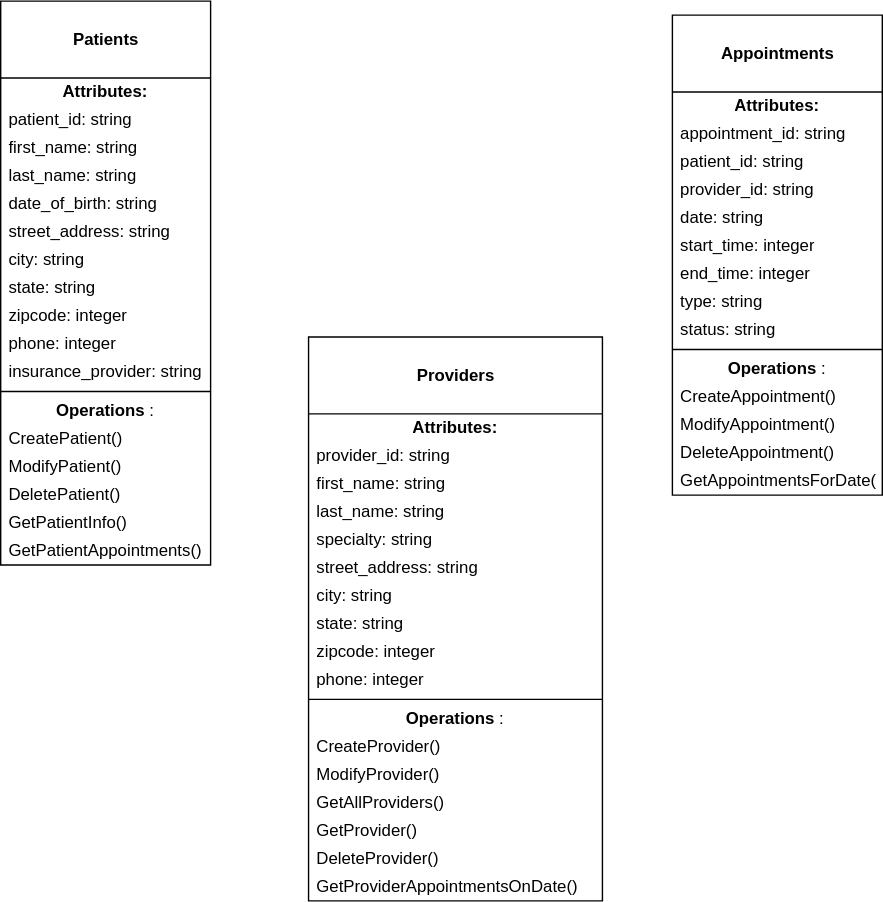
AlexandraAshcraft/axle-interview keeps this draw.io diagram as src/server/models/domainModel.drawio.svg. Above is the earlier version. Source tidied: cells renumbered, new cells last; positions are measured from the earlier drawing's top-left corner, leaving out a move shared by most shapes.
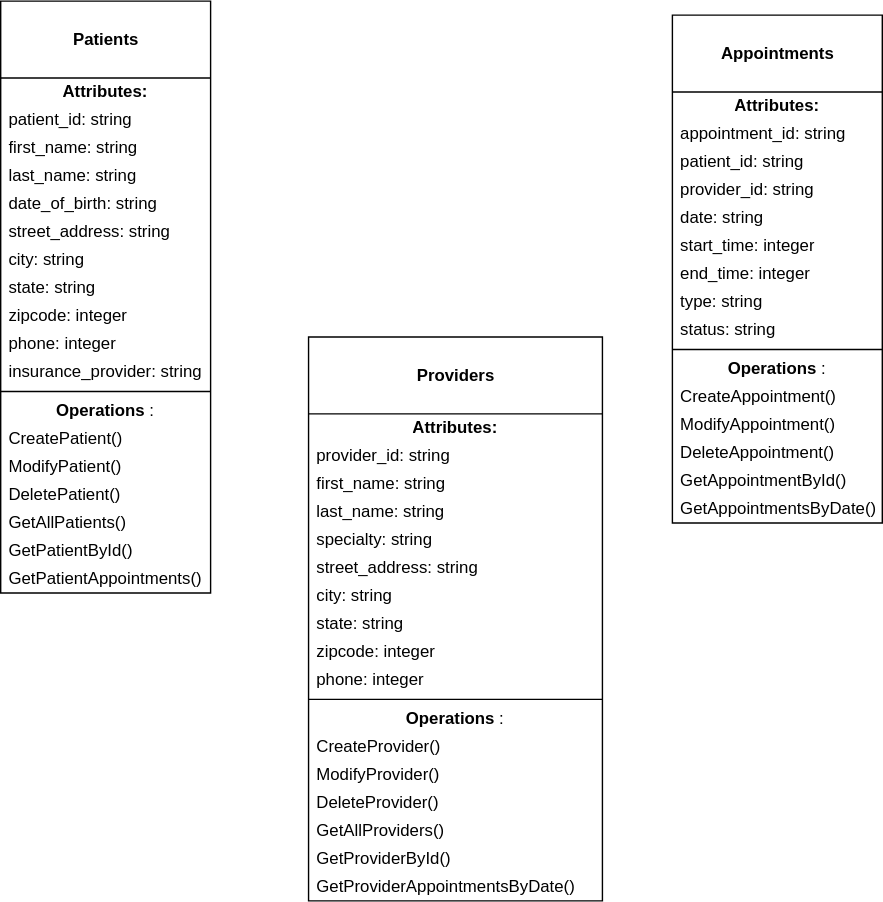
After the commit.

What changed in the source:
```diff
@@ -3,7 +3,7 @@
     <mxCell id="0" />
     <mxCell id="1" parent="0" />
     <mxCell id="2" value="&lt;br&gt;&lt;b&gt;Patients&lt;/b&gt;" style="swimlane;fontStyle=0;align=center;verticalAlign=top;horizontal=1;startSize=55;html=1;" parent="1" vertex="1">
-      <mxGeometry width="150" height="403" as="geometry" />
+      <mxGeometry width="150" height="423" as="geometry" />
     </mxCell>
     <mxCell id="3" value="&lt;b&gt;Attributes:&lt;/b&gt;" style="text;html=1;strokeColor=none;fillColor=none;align=center;verticalAlign=middle;spacingLeft=4;spacingRight=4;overflow=hidden;" parent="2" vertex="1">
       <mxGeometry y="55" width="150" height="20" as="geometry" />
@@ -53,11 +53,14 @@
     <mxCell id="18" value="DeletePatient()" style="text;html=1;strokeColor=none;fillColor=none;align=left;verticalAlign=middle;spacingLeft=4;spacingRight=4;overflow=hidden;" parent="2" vertex="1">
       <mxGeometry y="343" width="150" height="20" as="geometry" />
     </mxCell>
+    <mxCell id="56" value="GetAllPatients()" style="text;html=1;strokeColor=none;fillColor=none;align=left;verticalAlign=middle;spacingLeft=4;spacingRight=4;overflow=hidden;" parent="2" vertex="1">
+      <mxGeometry y="363" width="150" height="20" as="geometry" />
+    </mxCell>
-    <mxCell id="19" value="GetPatientInfo()" style="text;html=1;strokeColor=none;fillColor=none;align=left;verticalAlign=middle;spacingLeft=4;spacingRight=4;overflow=hidden;" parent="2" vertex="1">
-      <mxGeometry y="363" width="150" height="20" as="geometry" />
+    <mxCell id="19" value="GetPatientById()" style="text;html=1;strokeColor=none;fillColor=none;align=left;verticalAlign=middle;spacingLeft=4;spacingRight=4;overflow=hidden;" parent="2" vertex="1">
+      <mxGeometry y="383" width="150" height="20" as="geometry" />
     </mxCell>
     <mxCell id="20" value="GetPatientAppointments()" style="text;html=1;strokeColor=none;fillColor=none;align=left;verticalAlign=middle;spacingLeft=4;spacingRight=4;overflow=hidden;" parent="2" vertex="1">
-      <mxGeometry y="383" width="150" height="20" as="geometry" />
+      <mxGeometry y="403" width="150" height="20" as="geometry" />
     </mxCell>
     <mxCell id="21" value="&lt;br&gt;&lt;b&gt;Providers&lt;/b&gt;" style="swimlane;fontStyle=0;align=center;verticalAlign=top;horizontal=1;startSize=55;html=1;" parent="1" vertex="1">
       <mxGeometry x="220" y="240" width="210" height="403" as="geometry" />
@@ -104,20 +107,20 @@
     <mxCell id="35" value="ModifyProvider()" style="text;html=1;strokeColor=none;fillColor=none;align=left;verticalAlign=middle;spacingLeft=4;spacingRight=4;overflow=hidden;" parent="21" vertex="1">
       <mxGeometry y="303" width="210" height="20" as="geometry" />
     </mxCell>
+    <mxCell id="38" value="DeleteProvider()" style="text;html=1;strokeColor=none;fillColor=none;align=left;verticalAlign=middle;spacingLeft=4;spacingRight=4;overflow=hidden;" parent="21" vertex="1">
+      <mxGeometry y="323" width="210" height="20" as="geometry" />
+    </mxCell>
     <mxCell id="36" value="GetAllProviders()" style="text;html=1;strokeColor=none;fillColor=none;align=left;verticalAlign=middle;spacingLeft=4;spacingRight=4;overflow=hidden;" parent="21" vertex="1">
-      <mxGeometry y="323" width="210" height="20" as="geometry" />
+      <mxGeometry y="343" width="210" height="20" as="geometry" />
     </mxCell>
-    <mxCell id="37" value="GetProvider()" style="text;html=1;strokeColor=none;fillColor=none;align=left;verticalAlign=middle;spacingLeft=4;spacingRight=4;overflow=hidden;" parent="21" vertex="1">
-      <mxGeometry y="343" width="210" height="20" as="geometry" />
+    <mxCell id="37" value="GetProviderById()" style="text;html=1;strokeColor=none;fillColor=none;align=left;verticalAlign=middle;spacingLeft=4;spacingRight=4;overflow=hidden;" parent="21" vertex="1">
+      <mxGeometry y="363" width="210" height="20" as="geometry" />
     </mxCell>
-    <mxCell id="38" value="DeleteProvider()" style="text;html=1;strokeColor=none;fillColor=none;align=left;verticalAlign=middle;spacingLeft=4;spacingRight=4;overflow=hidden;" parent="21" vertex="1">
-      <mxGeometry y="363" width="210" height="20" as="geometry" />
-    </mxCell>
-    <mxCell id="39" value="GetProviderAppointmentsOnDate()" style="text;html=1;strokeColor=none;fillColor=none;align=left;verticalAlign=middle;spacingLeft=4;spacingRight=4;overflow=hidden;" parent="21" vertex="1">
+    <mxCell id="39" value="GetProviderAppointmentsByDate()" style="text;html=1;strokeColor=none;fillColor=none;align=left;verticalAlign=middle;spacingLeft=4;spacingRight=4;overflow=hidden;" parent="21" vertex="1">
       <mxGeometry y="383" width="210" height="20" as="geometry" />
     </mxCell>
     <mxCell id="40" value="&lt;br&gt;&lt;b&gt;Appointments&lt;/b&gt;" style="swimlane;fontStyle=0;align=center;verticalAlign=top;horizontal=1;startSize=55;html=1;" parent="1" vertex="1">
-      <mxGeometry x="480" y="10" width="150" height="343" as="geometry" />
+      <mxGeometry x="480" y="10" width="150" height="363" as="geometry" />
     </mxCell>
     <mxCell id="41" value="&lt;b&gt;Attributes:&lt;/b&gt;" style="text;html=1;strokeColor=none;fillColor=none;align=center;verticalAlign=middle;spacingLeft=4;spacingRight=4;overflow=hidden;" parent="40" vertex="1">
       <mxGeometry y="55" width="150" height="20" as="geometry" />
@@ -161,8 +164,11 @@
     <mxCell id="54" value="DeleteAppointment()" style="text;html=1;strokeColor=none;fillColor=none;align=left;verticalAlign=middle;spacingLeft=4;spacingRight=4;overflow=hidden;" parent="40" vertex="1">
       <mxGeometry y="303" width="150" height="20" as="geometry" />
     </mxCell>
+    <mxCell id="57" value="GetAppointmentById()" style="text;html=1;strokeColor=none;fillColor=none;align=left;verticalAlign=middle;spacingLeft=4;spacingRight=4;overflow=hidden;" parent="40" vertex="1">
+      <mxGeometry y="323" width="150" height="20" as="geometry" />
+    </mxCell>
-    <mxCell id="55" value="GetAppointmentsForDate()" style="text;html=1;strokeColor=none;fillColor=none;align=left;verticalAlign=middle;spacingLeft=4;spacingRight=4;overflow=hidden;" parent="40" vertex="1">
-      <mxGeometry y="323" width="150" height="20" as="geometry" />
+    <mxCell id="55" value="GetAppointmentsByDate()" style="text;html=1;strokeColor=none;fillColor=none;align=left;verticalAlign=middle;spacingLeft=4;spacingRight=4;overflow=hidden;" parent="40" vertex="1">
+      <mxGeometry y="343" width="150" height="20" as="geometry" />
     </mxCell>
   </root>
 </mxGraphModel>
```
